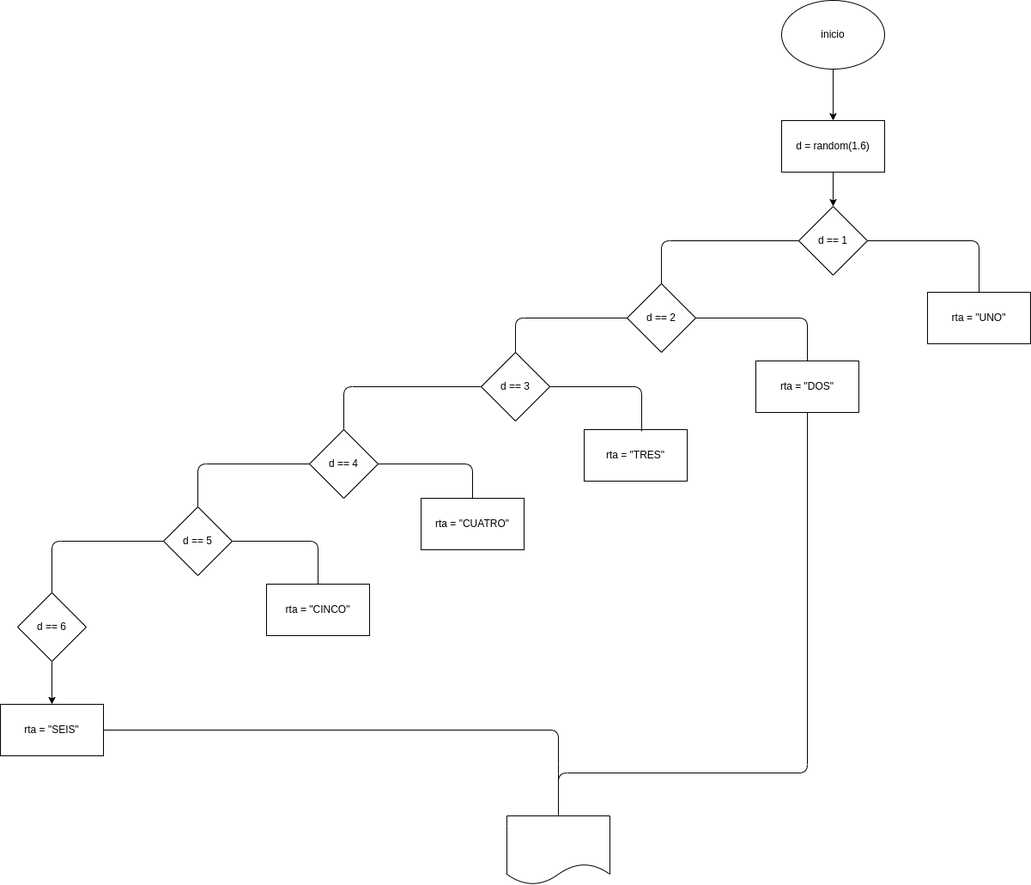
This is diagrama.png from Chalarcanicolas/lanzamiento_dado, a draw.io export, as it was before one commit. Source tidied: cells renumbered, new cells last; positions are measured from the earlier drawing's top-left corner, leaving out a move shared by most shapes.
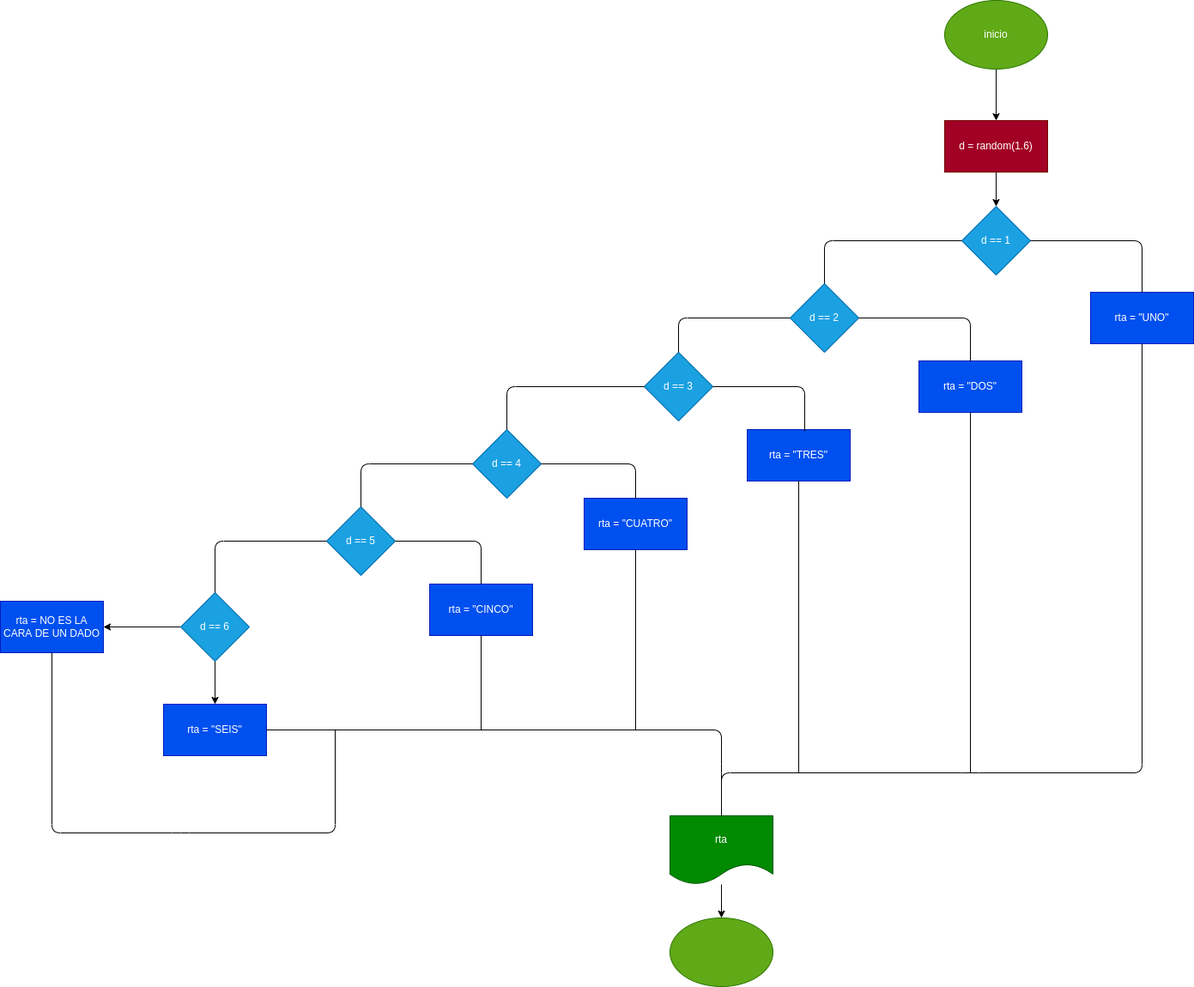
After the change.

Diff of the diagram source:
```diff
@@ -5,22 +5,22 @@
     <mxCell id="2" style="edgeStyle=none;html=1;" parent="1" edge="1" source="3" target="5">
       <mxGeometry relative="1" as="geometry" />
     </mxCell>
-    <mxCell id="3" value="inicio" style="ellipse;whiteSpace=wrap;html=1;" parent="1" vertex="1">
+    <mxCell id="3" value="inicio" style="ellipse;whiteSpace=wrap;html=1;fillColor=#60a917;fontColor=#ffffff;strokeColor=#2D7600;" parent="1" vertex="1">
       <mxGeometry x="910" width="120" height="80" as="geometry" />
     </mxCell>
     <mxCell id="4" style="edgeStyle=none;html=1;" parent="1" edge="1" source="5" target="6">
       <mxGeometry relative="1" as="geometry" />
     </mxCell>
-    <mxCell id="5" value="d = random(1.6)" style="rounded=0;whiteSpace=wrap;html=1;" parent="1" vertex="1">
+    <mxCell id="5" value="d = random(1.6)" style="rounded=0;whiteSpace=wrap;html=1;fillColor=#a20025;fontColor=#ffffff;strokeColor=#6F0000;" parent="1" vertex="1">
       <mxGeometry x="910" y="140" width="120" height="60" as="geometry" />
     </mxCell>
-    <mxCell id="6" value="d == 1" style="rhombus;whiteSpace=wrap;html=1;" parent="1" vertex="1">
+    <mxCell id="6" value="d == 1" style="rhombus;whiteSpace=wrap;html=1;fillColor=#1ba1e2;fontColor=#ffffff;strokeColor=#006EAF;" parent="1" vertex="1">
       <mxGeometry x="930" y="240" width="80" height="80" as="geometry" />
     </mxCell>
-    <mxCell id="7" value="rta = &quot;UNO&quot;" style="rounded=0;whiteSpace=wrap;html=1;" parent="1" vertex="1">
+    <mxCell id="7" value="rta = &quot;UNO&quot;" style="rounded=0;whiteSpace=wrap;html=1;fillColor=#0050ef;fontColor=#ffffff;strokeColor=#001DBC;" parent="1" vertex="1">
       <mxGeometry x="1080" y="340" width="120" height="60" as="geometry" />
     </mxCell>
-    <mxCell id="8" value="d == 2" style="rhombus;whiteSpace=wrap;html=1;" parent="1" vertex="1">
+    <mxCell id="8" value="d == 2" style="rhombus;whiteSpace=wrap;html=1;fillColor=#1ba1e2;fontColor=#ffffff;strokeColor=#006EAF;" parent="1" vertex="1">
       <mxGeometry x="730" y="330" width="80" height="80" as="geometry" />
     </mxCell>
     <mxCell id="9" style="endArrow=none;html=1;entryX=0;entryY=0.5;entryDx=0;entryDy=0;exitX=0.5;exitY=0;exitDx=0;exitDy=0;" parent="1" edge="1" source="8" target="6">
@@ -30,7 +30,7 @@
         </Array>
       </mxGeometry>
     </mxCell>
-    <mxCell id="10" value="rta = &quot;DOS&quot;" style="rounded=0;whiteSpace=wrap;html=1;" parent="1" vertex="1">
+    <mxCell id="10" value="rta = &quot;DOS&quot;" style="rounded=0;whiteSpace=wrap;html=1;fillColor=#0050ef;fontColor=#ffffff;strokeColor=#001DBC;" parent="1" vertex="1">
       <mxGeometry x="880" y="420" width="120" height="60" as="geometry" />
     </mxCell>
     <mxCell id="11" style="endArrow=none;html=1;entryX=1;entryY=0.5;entryDx=0;entryDy=0;exitX=0.5;exitY=0;exitDx=0;exitDy=0;" parent="1" edge="1" source="7" target="6">
@@ -47,16 +47,16 @@
         </Array>
       </mxGeometry>
     </mxCell>
-    <mxCell id="13" value="d == 3" style="rhombus;whiteSpace=wrap;html=1;" parent="1" vertex="1">
+    <mxCell id="13" value="d == 3" style="rhombus;whiteSpace=wrap;html=1;fillColor=#1ba1e2;fontColor=#ffffff;strokeColor=#006EAF;" parent="1" vertex="1">
       <mxGeometry x="560" y="410" width="80" height="80" as="geometry" />
     </mxCell>
-    <mxCell id="14" value="rta = &quot;TRES&quot;" style="rounded=0;whiteSpace=wrap;html=1;" parent="1" vertex="1">
+    <mxCell id="14" value="rta = &quot;TRES&quot;" style="rounded=0;whiteSpace=wrap;html=1;fillColor=#0050ef;fontColor=#ffffff;strokeColor=#001DBC;" parent="1" vertex="1">
       <mxGeometry x="680" y="500" width="120" height="60" as="geometry" />
     </mxCell>
-    <mxCell id="15" value="d == 4" style="rhombus;whiteSpace=wrap;html=1;" parent="1" vertex="1">
+    <mxCell id="15" value="d == 4" style="rhombus;whiteSpace=wrap;html=1;fillColor=#1ba1e2;fontColor=#ffffff;strokeColor=#006EAF;" parent="1" vertex="1">
       <mxGeometry x="360" y="500" width="80" height="80" as="geometry" />
     </mxCell>
-    <mxCell id="16" value="rta = &quot;CUATRO&quot;" style="rounded=0;whiteSpace=wrap;html=1;" parent="1" vertex="1">
+    <mxCell id="16" value="rta = &quot;CUATRO&quot;" style="rounded=0;whiteSpace=wrap;html=1;fillColor=#0050ef;fontColor=#ffffff;strokeColor=#001DBC;" parent="1" vertex="1">
       <mxGeometry x="490" y="580" width="120" height="60" as="geometry" />
     </mxCell>
     <mxCell id="17" style="endArrow=none;html=1;entryX=1;entryY=0.5;entryDx=0;entryDy=0;exitX=0.5;exitY=0;exitDx=0;exitDy=0;" parent="1" edge="1" source="16" target="15">
@@ -66,19 +66,22 @@
         </Array>
       </mxGeometry>
     </mxCell>
-    <mxCell id="18" value="d == 5" style="rhombus;whiteSpace=wrap;html=1;" parent="1" vertex="1">
+    <mxCell id="18" value="d == 5" style="rhombus;whiteSpace=wrap;html=1;fillColor=#1ba1e2;fontColor=#ffffff;strokeColor=#006EAF;" parent="1" vertex="1">
       <mxGeometry x="190" y="590" width="80" height="80" as="geometry" />
     </mxCell>
-    <mxCell id="19" value="rta = &quot;CINCO&quot;" style="rounded=0;whiteSpace=wrap;html=1;" parent="1" vertex="1">
+    <mxCell id="19" value="rta = &quot;CINCO&quot;" style="rounded=0;whiteSpace=wrap;html=1;fillColor=#0050ef;fontColor=#ffffff;strokeColor=#001DBC;" parent="1" vertex="1">
       <mxGeometry x="310" y="680" width="120" height="60" as="geometry" />
     </mxCell>
     <mxCell id="20" style="edgeStyle=none;html=1;" parent="1" edge="1" source="21" target="22">
       <mxGeometry relative="1" as="geometry" />
     </mxCell>
+    <mxCell id="32" style="edgeStyle=none;html=1;" parent="1" edge="1" source="21" target="34">
+      <mxGeometry relative="1" as="geometry" />
+    </mxCell>
-    <mxCell id="21" value="d == 6" style="rhombus;whiteSpace=wrap;html=1;" parent="1" vertex="1">
+    <mxCell id="21" value="d == 6" style="rhombus;whiteSpace=wrap;html=1;fillColor=#1ba1e2;fontColor=#ffffff;strokeColor=#006EAF;" parent="1" vertex="1">
       <mxGeometry x="20" y="690" width="80" height="80" as="geometry" />
     </mxCell>
-    <mxCell id="22" value="rta = &quot;SEIS&quot;" style="rounded=0;whiteSpace=wrap;html=1;" parent="1" vertex="1">
+    <mxCell id="22" value="rta = &quot;SEIS&quot;" style="rounded=0;whiteSpace=wrap;html=1;fillColor=#0050ef;fontColor=#ffffff;strokeColor=#001DBC;" parent="1" vertex="1">
       <mxGeometry y="820" width="120" height="60" as="geometry" />
     </mxCell>
     <mxCell id="23" style="endArrow=none;html=1;entryX=0;entryY=0.5;entryDx=0;entryDy=0;exitX=0.5;exitY=0;exitDx=0;exitDy=0;" parent="1" edge="1" source="21" target="18">
@@ -123,14 +126,18 @@
         </Array>
       </mxGeometry>
     </mxCell>
+    <mxCell id="33" style="edgeStyle=none;html=1;" parent="1" edge="1" source="29" target="36">
+      <mxGeometry relative="1" as="geometry" />
+    </mxCell>
-    <mxCell id="29" style="shape=document;whiteSpace=wrap;html=1;boundedLbl=1;" parent="1" vertex="1">
+    <mxCell id="29" value="rta" style="shape=document;whiteSpace=wrap;html=1;boundedLbl=1;fillColor=#008a00;fontColor=#ffffff;strokeColor=#005700;" parent="1" vertex="1">
       <mxGeometry x="590" y="950" width="120" height="80" as="geometry" />
     </mxCell>
-    <mxCell id="30" style="endArrow=none;html=1;entryX=0.5;entryY=1;entryDx=0;entryDy=0;exitX=0.5;exitY=0;exitDx=0;exitDy=0;" parent="1" edge="1" source="29" target="10">
+    <mxCell id="30" style="endArrow=none;html=1;entryX=0.5;entryY=1;entryDx=0;entryDy=0;exitX=0.5;exitY=0;exitDx=0;exitDy=0;" parent="1" edge="1" source="29" target="7">
       <mxGeometry relative="1" as="geometry">
         <Array as="points">
           <mxPoint x="650" y="900" />
           <mxPoint x="940" y="900" />
+          <mxPoint x="1140" y="900" />
         </Array>
       </mxGeometry>
     </mxCell>
@@ -142,5 +149,41 @@
         </Array>
       </mxGeometry>
     </mxCell>
+    <mxCell id="34" value="rta = NO ES LA CARA DE UN DADO" style="rounded=0;whiteSpace=wrap;html=1;fillColor=#0050ef;fontColor=#ffffff;strokeColor=#001DBC;" parent="1" vertex="1">
+      <mxGeometry x="-190" y="700" width="120" height="60" as="geometry" />
+    </mxCell>
+    <mxCell id="35" style="endArrow=none;html=1;exitX=0.5;exitY=1;exitDx=0;exitDy=0;" parent="1" edge="1" source="34">
+      <mxGeometry relative="1" as="geometry">
+        <mxPoint x="200" y="850" as="targetPoint" />
+        <Array as="points">
+          <mxPoint x="-130" y="970" />
+          <mxPoint x="20" y="970" />
+          <mxPoint x="200" y="970" />
+        </Array>
+      </mxGeometry>
+    </mxCell>
+    <mxCell id="36" style="ellipse;whiteSpace=wrap;html=1;fillColor=#60a917;fontColor=#ffffff;strokeColor=#2D7600;" parent="1" vertex="1">
+      <mxGeometry x="590" y="1069" width="120" height="80" as="geometry" />
+    </mxCell>
+    <mxCell id="37" style="endArrow=none;html=1;entryX=0.5;entryY=1;entryDx=0;entryDy=0;" parent="1" edge="1" target="19">
+      <mxGeometry relative="1" as="geometry">
+        <mxPoint x="370" y="850" as="sourcePoint" />
+      </mxGeometry>
+    </mxCell>
+    <mxCell id="38" style="endArrow=none;html=1;entryX=0.5;entryY=1;entryDx=0;entryDy=0;" parent="1" edge="1" target="16">
+      <mxGeometry relative="1" as="geometry">
+        <mxPoint x="550" y="850" as="sourcePoint" />
+      </mxGeometry>
+    </mxCell>
+    <mxCell id="39" style="endArrow=none;html=1;entryX=0.5;entryY=1;entryDx=0;entryDy=0;" parent="1" edge="1" target="14">
+      <mxGeometry relative="1" as="geometry">
+        <mxPoint x="740" y="900" as="sourcePoint" />
+      </mxGeometry>
+    </mxCell>
+    <mxCell id="40" style="endArrow=none;html=1;entryX=0.5;entryY=1;entryDx=0;entryDy=0;" parent="1" edge="1" target="10">
+      <mxGeometry relative="1" as="geometry">
+        <mxPoint x="940" y="900" as="sourcePoint" />
+      </mxGeometry>
+    </mxCell>
   </root>
 </mxGraphModel>
```
